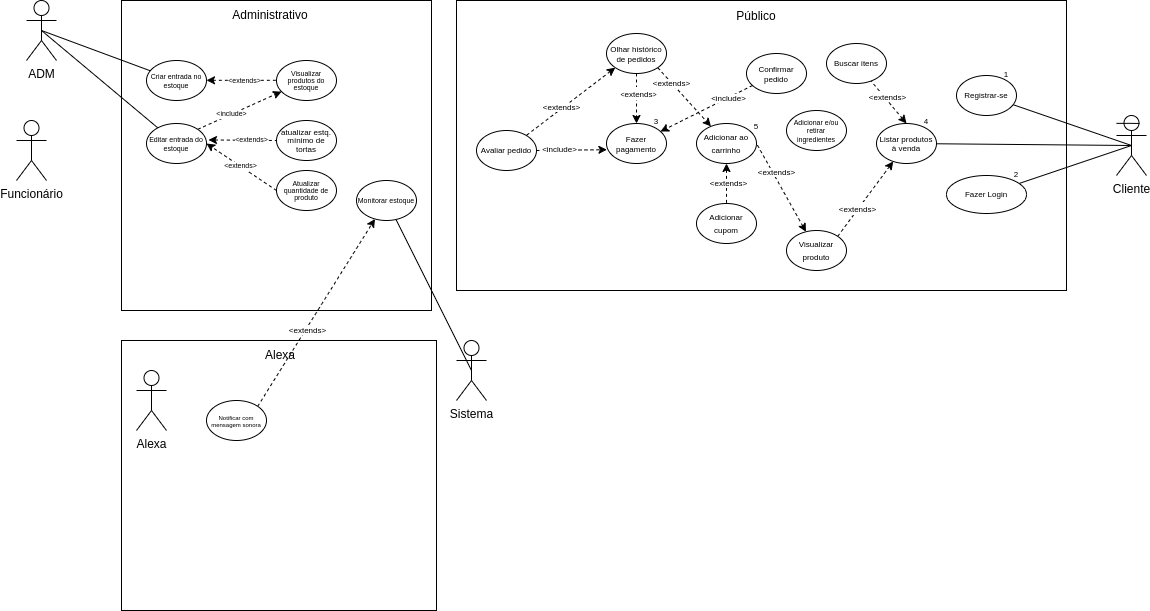
The draw.io diagram UC_d.drawio.png in FreelyTian/docs, before a commit. Source tidied: cells renumbered, new cells last; positions are measured from the earlier drawing's top-left corner, leaving out a move shared by most shapes.
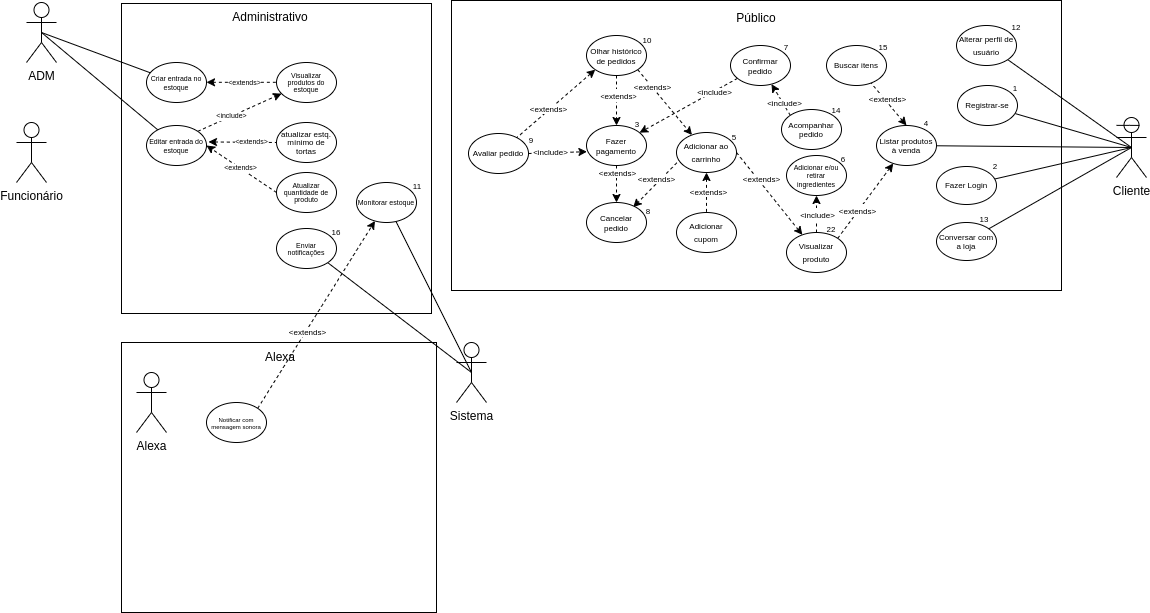
Later version of the same file.

Commit message:
quase terminando de enumerar

Change to the diagram source:
```diff
@@ -3,10 +3,10 @@
     <mxCell id="0" />
     <mxCell id="1" parent="0" />
     <mxCell id="2" style="rounded=0;whiteSpace=wrap;html=1;" parent="1" vertex="1">
-      <mxGeometry x="440" width="610" height="290" as="geometry" />
+      <mxGeometry x="435" y="-2" width="610" height="290" as="geometry" />
     </mxCell>
     <mxCell id="3" style="rounded=0;whiteSpace=wrap;html=1;" parent="1" vertex="1">
-      <mxGeometry x="105" width="310" height="310" as="geometry" />
+      <mxGeometry x="105" y="1" width="310" height="310" as="geometry" />
     </mxCell>
     <mxCell id="4" style="edgeStyle=none;rounded=0;jettySize=auto;html=1;exitX=0.5;exitY=0.5;exitDx=0;exitDy=0;exitPerimeter=0;fontSize=9;endArrow=none;endFill=0;" parent="1" edge="1" source="6" target="17">
       <mxGeometry relative="1" as="geometry" />
@@ -29,6 +29,12 @@
     <mxCell id="10" style="edgeStyle=none;rounded=0;jettySize=auto;html=1;exitX=0.5;exitY=0.5;exitDx=0;exitDy=0;exitPerimeter=0;endArrow=none;endFill=0;" parent="1" edge="1" source="11" target="52">
       <mxGeometry relative="1" as="geometry" />
     </mxCell>
+    <mxCell id="71" style="edgeStyle=none;rounded=0;jettySize=auto;html=1;exitX=0.5;exitY=0.5;exitDx=0;exitDy=0;exitPerimeter=0;entryX=1;entryY=1;entryDx=0;entryDy=0;fontSize=8;endArrow=none;endFill=0;" parent="1" edge="1" source="11" target="88">
+      <mxGeometry relative="1" as="geometry" />
+    </mxCell>
+    <mxCell id="72" style="edgeStyle=none;rounded=0;jettySize=auto;html=1;exitX=0.5;exitY=0.5;exitDx=0;exitDy=0;exitPerimeter=0;fontSize=8;endArrow=none;endFill=0;" parent="1" edge="1" source="11" target="91">
+      <mxGeometry relative="1" as="geometry" />
+    </mxCell>
     <mxCell id="11" value="Cliente&lt;br&gt;" style="shape=umlActor;verticalLabelPosition=bottom;verticalAlign=top;html=1;outlineConnect=0;" parent="1" vertex="1">
       <mxGeometry x="1100" y="115" width="30" height="60" as="geometry" />
     </mxCell>
@@ -87,14 +93,22 @@
     </mxCell>
     <mxCell id="26" value="&amp;lt;include&amp;gt;" style="edgeLabel;html=1;align=center;verticalAlign=middle;fontSize=8;" parent="25" vertex="1">
       <mxGeometry x="-0.16" y="-1" relative="1" as="geometry">
-        <mxPoint x="14" y="-6" as="offset" />
+        <mxPoint x="18" y="-8" as="offset" />
       </mxGeometry>
     </mxCell>
     <mxCell id="27" value="&lt;p style=&quot;line-height: 75%;&quot;&gt;&lt;font style=&quot;font-size: 8px;&quot;&gt;Confirmar pedido&lt;/font&gt;&lt;/p&gt;" style="ellipse;whiteSpace=wrap;html=1;" parent="1" vertex="1">
-      <mxGeometry x="730" y="53" width="60" height="40" as="geometry" />
+      <mxGeometry x="714" y="43" width="60" height="40" as="geometry" />
     </mxCell>
+    <mxCell id="73" style="edgeStyle=none;rounded=0;jettySize=auto;html=1;exitX=0.5;exitY=1;exitDx=0;exitDy=0;entryX=0.5;entryY=0;entryDx=0;entryDy=0;dashed=1;fontSize=8;" parent="1" edge="1" source="28" target="83">
+      <mxGeometry relative="1" as="geometry" />
+    </mxCell>
+    <mxCell id="74" value="&amp;lt;extends&amp;gt;" style="edgeLabel;html=1;align=center;verticalAlign=middle;fontSize=8;" parent="73" vertex="1">
+      <mxGeometry x="-0.35" relative="1" as="geometry">
+        <mxPoint y="-5" as="offset" />
+      </mxGeometry>
+    </mxCell>
     <mxCell id="28" value="&lt;p style=&quot;line-height: 75%;&quot;&gt;&lt;span style=&quot;font-size: 8px;&quot;&gt;Fazer pagamento&lt;/span&gt;&lt;/p&gt;" style="ellipse;whiteSpace=wrap;html=1;align=center;verticalAlign=middle;" parent="1" vertex="1">
-      <mxGeometry x="590" y="123" width="60" height="40" as="geometry" />
+      <mxGeometry x="570" y="123" width="60" height="40" as="geometry" />
     </mxCell>
     <mxCell id="29" style="endArrow=none;html=1;rounded=0;fontSize=8;" parent="1" edge="1">
       <mxGeometry relative="1" as="geometry">
@@ -113,8 +127,18 @@
         <mxPoint y="10" as="offset" />
       </mxGeometry>
     </mxCell>
+    <mxCell id="75" style="rounded=0;jettySize=auto;html=1;entryX=0.779;entryY=0.117;entryDx=0;entryDy=0;dashed=1;fontSize=8;exitX=0.075;exitY=0.777;exitDx=0;exitDy=0;exitPerimeter=0;entryPerimeter=0;" parent="1" edge="1" target="83">
+      <mxGeometry relative="1" as="geometry">
+        <mxPoint x="664.5" y="156.1" as="sourcePoint" />
+      </mxGeometry>
+    </mxCell>
+    <mxCell id="76" value="&amp;lt;extends&amp;gt;" style="edgeLabel;html=1;align=center;verticalAlign=middle;fontSize=8;" parent="75" vertex="1">
+      <mxGeometry x="0.18" relative="1" as="geometry">
+        <mxPoint x="3" y="-8" as="offset" />
+      </mxGeometry>
+    </mxCell>
     <mxCell id="32" value="&lt;p style=&quot;line-height: 90%;&quot;&gt;&lt;span style=&quot;font-size: 8px;&quot;&gt;Adicionar ao carrinho&lt;/span&gt;&lt;/p&gt;" style="ellipse;whiteSpace=wrap;html=1;" parent="1" vertex="1">
-      <mxGeometry x="680" y="123" width="60" height="40" as="geometry" />
+      <mxGeometry x="660" y="130" width="60" height="40" as="geometry" />
     </mxCell>
     <mxCell id="33" value="&amp;lt;extends&amp;gt;" style="edgeStyle=none;rounded=0;jettySize=auto;html=1;exitX=1;exitY=1;exitDx=0;exitDy=0;dashed=1;fontSize=8;startArrow=none;startFill=0;endArrow=classic;endFill=1;" parent="1" edge="1" source="38" target="32">
       <mxGeometry x="-0.47" relative="1" as="geometry" />
@@ -132,7 +156,7 @@
       <mxGeometry x="0.2" y="-1" relative="1" as="geometry" />
     </mxCell>
     <mxCell id="38" value="&lt;p style=&quot;line-height: 75%;&quot;&gt;&lt;span style=&quot;font-size: 8px;&quot;&gt;Olhar histórico de pedidos&lt;/span&gt;&lt;/p&gt;" style="ellipse;whiteSpace=wrap;html=1;" parent="1" vertex="1">
-      <mxGeometry x="590" y="33" width="60" height="40" as="geometry" />
+      <mxGeometry x="570" y="33" width="60" height="40" as="geometry" />
     </mxCell>
     <mxCell id="39" value="Público" style="text;html=1;strokeColor=none;fillColor=none;align=center;verticalAlign=middle;whiteSpace=wrap;rounded=0;" parent="1" vertex="1">
       <mxGeometry x="710" y="1" width="60" height="30" as="geometry" />
@@ -160,7 +184,7 @@
       <mxGeometry x="260" y="170" width="60" height="40" as="geometry" />
     </mxCell>
     <mxCell id="46" value="&lt;p style=&quot;line-height: 90%;&quot;&gt;&lt;span style=&quot;font-size: 8px;&quot;&gt;Adicionar cupom&lt;/span&gt;&lt;/p&gt;" style="ellipse;whiteSpace=wrap;html=1;" parent="1" vertex="1">
-      <mxGeometry x="680" y="203" width="60" height="40" as="geometry" />
+      <mxGeometry x="660" y="210" width="60" height="40" as="geometry" />
     </mxCell>
     <mxCell id="47" value="&lt;p style=&quot;line-height: 90%;&quot;&gt;&lt;span style=&quot;font-size: 8px;&quot;&gt;Buscar itens&lt;/span&gt;&lt;/p&gt;" style="ellipse;whiteSpace=wrap;html=1;" parent="1" vertex="1">
       <mxGeometry x="810" y="43" width="60" height="40" as="geometry" />
@@ -170,17 +194,17 @@
     </mxCell>
     <mxCell id="49" value="&amp;lt;include&amp;gt;" style="edgeLabel;html=1;align=center;verticalAlign=middle;fontSize=8;" parent="48" vertex="1">
       <mxGeometry x="-0.38" y="-1" relative="1" as="geometry">
-        <mxPoint y="-2" as="offset" />
+        <mxPoint x="3" y="-2" as="offset" />
       </mxGeometry>
     </mxCell>
     <mxCell id="50" value="&lt;p style=&quot;line-height: 90%;&quot;&gt;&lt;span style=&quot;font-size: 8px;&quot;&gt;Avaliar pedido&lt;/span&gt;&lt;/p&gt;" style="ellipse;whiteSpace=wrap;html=1;" parent="1" vertex="1">
-      <mxGeometry x="460" y="130" width="60" height="40" as="geometry" />
+      <mxGeometry x="452" y="131" width="60" height="40" as="geometry" />
     </mxCell>
     <mxCell id="51" value="&lt;p style=&quot;line-height: 90%;&quot;&gt;&lt;span style=&quot;font-size: 8px;&quot;&gt;Registrar-se&lt;/span&gt;&lt;/p&gt;" style="ellipse;whiteSpace=wrap;html=1;" parent="1" vertex="1">
-      <mxGeometry x="940" y="75" width="60" height="40" as="geometry" />
+      <mxGeometry x="941" y="83" width="60" height="40" as="geometry" />
     </mxCell>
     <mxCell id="52" value="&lt;p style=&quot;line-height: 90%;&quot;&gt;&lt;span style=&quot;font-size: 8px;&quot;&gt;Fazer Login&lt;/span&gt;&lt;/p&gt;" style="ellipse;whiteSpace=wrap;html=1;" parent="1" vertex="1">
-      <mxGeometry x="930" y="175" width="80" height="38" as="geometry" />
+      <mxGeometry x="920" y="164" width="60" height="38" as="geometry" />
     </mxCell>
     <mxCell id="53" style="edgeStyle=none;rounded=0;jettySize=auto;html=1;exitX=1;exitY=0;exitDx=0;exitDy=0;startArrow=none;startFill=0;endArrow=classic;endFill=1;dashed=1;" parent="1" edge="1" source="55" target="24">
       <mxGeometry relative="1" as="geometry" />
@@ -190,6 +214,14 @@
         <mxPoint x="1" y="-5" as="offset" />
       </mxGeometry>
     </mxCell>
+    <mxCell id="77" style="edgeStyle=orthogonalEdgeStyle;rounded=0;jettySize=auto;html=1;exitX=0.5;exitY=0;exitDx=0;exitDy=0;entryX=0.5;entryY=1;entryDx=0;entryDy=0;dashed=1;" parent="1" edge="1" source="55" target="70">
+      <mxGeometry relative="1" as="geometry" />
+    </mxCell>
+    <mxCell id="78" value="&lt;font style=&quot;font-size: 8px;&quot;&gt;&amp;lt;include&amp;gt;&lt;/font&gt;" style="edgeLabel;html=1;align=center;verticalAlign=middle;" parent="77" vertex="1">
+      <mxGeometry x="0.19" relative="1" as="geometry">
+        <mxPoint y="3" as="offset" />
+      </mxGeometry>
+    </mxCell>
     <mxCell id="55" value="&lt;p style=&quot;line-height: 90%;&quot;&gt;&lt;span style=&quot;font-size: 8px;&quot;&gt;Visualizar produto&lt;/span&gt;&lt;/p&gt;" style="ellipse;whiteSpace=wrap;html=1;" parent="1" vertex="1">
       <mxGeometry x="770" y="230" width="60" height="40" as="geometry" />
     </mxCell>
@@ -214,6 +246,9 @@
     <mxCell id="62" style="edgeStyle=none;rounded=0;jettySize=auto;html=1;exitX=0.5;exitY=0.5;exitDx=0;exitDy=0;exitPerimeter=0;fontSize=6;startArrow=none;startFill=0;endArrow=none;endFill=0;" parent="1" edge="1" source="63" target="64">
       <mxGeometry relative="1" as="geometry" />
     </mxCell>
+    <mxCell id="79" style="edgeStyle=none;rounded=0;jettySize=auto;html=1;exitX=0.5;exitY=0.5;exitDx=0;exitDy=0;exitPerimeter=0;entryX=1;entryY=1;entryDx=0;entryDy=0;fontSize=8;endArrow=none;endFill=0;" parent="1" edge="1" source="63" target="97">
+      <mxGeometry relative="1" as="geometry" />
+    </mxCell>
     <mxCell id="63" value="Sistema" style="shape=umlActor;verticalLabelPosition=bottom;verticalAlign=top;html=1;outlineConnect=0;" parent="1" vertex="1">
       <mxGeometry x="440" y="340" width="30" height="60" as="geometry" />
     </mxCell>
@@ -221,22 +256,81 @@
       <mxGeometry x="340" y="180" width="60" height="40" as="geometry" />
     </mxCell>
     <mxCell id="65" value="&lt;font style=&quot;font-size: 8px;&quot;&gt;1&lt;/font&gt;" style="text;html=1;strokeColor=none;fillColor=none;align=center;verticalAlign=middle;whiteSpace=wrap;rounded=0;" parent="1" vertex="1">
-      <mxGeometry x="980" y="63" width="20" height="20" as="geometry" />
+      <mxGeometry x="989" y="75" width="20" height="20" as="geometry" />
     </mxCell>
     <mxCell id="66" value="&lt;font style=&quot;font-size: 8px;&quot;&gt;2&lt;/font&gt;" style="text;html=1;strokeColor=none;fillColor=none;align=center;verticalAlign=middle;whiteSpace=wrap;rounded=0;" parent="1" vertex="1">
-      <mxGeometry x="990" y="163" width="20" height="20" as="geometry" />
+      <mxGeometry x="969" y="153" width="20" height="20" as="geometry" />
     </mxCell>
     <mxCell id="67" value="&lt;font style=&quot;font-size: 8px;&quot;&gt;4&lt;/font&gt;" style="text;html=1;strokeColor=none;fillColor=none;align=center;verticalAlign=middle;whiteSpace=wrap;rounded=0;" parent="1" vertex="1">
       <mxGeometry x="900" y="110" width="20" height="20" as="geometry" />
     </mxCell>
     <mxCell id="68" value="&lt;font style=&quot;font-size: 8px;&quot;&gt;3&lt;/font&gt;" style="text;html=1;strokeColor=none;fillColor=none;align=center;verticalAlign=middle;whiteSpace=wrap;rounded=0;" parent="1" vertex="1">
-      <mxGeometry x="630" y="110" width="20" height="20" as="geometry" />
+      <mxGeometry x="611" y="111" width="20" height="20" as="geometry" />
     </mxCell>
     <mxCell id="69" value="&lt;font style=&quot;font-size: 8px;&quot;&gt;5&lt;/font&gt;" style="text;html=1;strokeColor=none;fillColor=none;align=center;verticalAlign=middle;whiteSpace=wrap;rounded=0;" parent="1" vertex="1">
-      <mxGeometry x="730" y="115" width="20" height="20" as="geometry" />
+      <mxGeometry x="708" y="124" width="20" height="20" as="geometry" />
     </mxCell>
     <mxCell id="70" value="&lt;p style=&quot;line-height: 59%;&quot;&gt;&lt;font style=&quot;font-size: 7px;&quot;&gt;Adicionar e/ou retirar ingredientes&lt;/font&gt;&lt;/p&gt;" style="ellipse;whiteSpace=wrap;html=1;" parent="1" vertex="1">
-      <mxGeometry x="770" y="110" width="60" height="40" as="geometry" />
+      <mxGeometry x="770" y="153" width="60" height="40" as="geometry" />
     </mxCell>
+    <mxCell id="80" value="&lt;font style=&quot;font-size: 8px;&quot;&gt;6&lt;br&gt;&lt;/font&gt;" style="text;html=1;strokeColor=none;fillColor=none;align=center;verticalAlign=middle;whiteSpace=wrap;rounded=0;" parent="1" vertex="1">
+      <mxGeometry x="817" y="146" width="20" height="20" as="geometry" />
+    </mxCell>
+    <mxCell id="81" value="&lt;font style=&quot;font-size: 8px;&quot;&gt;7&lt;br&gt;&lt;/font&gt;" style="text;html=1;strokeColor=none;fillColor=none;align=center;verticalAlign=middle;whiteSpace=wrap;rounded=0;" parent="1" vertex="1">
+      <mxGeometry x="760" y="34" width="20" height="20" as="geometry" />
+    </mxCell>
+    <mxCell id="82" value="&lt;font style=&quot;font-size: 8px;&quot;&gt;15&lt;br&gt;&lt;/font&gt;" style="text;html=1;strokeColor=none;fillColor=none;align=center;verticalAlign=middle;whiteSpace=wrap;rounded=0;" parent="1" vertex="1">
+      <mxGeometry x="857" y="34" width="20" height="20" as="geometry" />
+    </mxCell>
+    <mxCell id="83" value="&lt;p style=&quot;line-height: 75%;&quot;&gt;&lt;font style=&quot;font-size: 8px;&quot;&gt;Cancelar pedido&lt;/font&gt;&lt;/p&gt;" style="ellipse;whiteSpace=wrap;html=1;" parent="1" vertex="1">
+      <mxGeometry x="570" y="200" width="60" height="40" as="geometry" />
+    </mxCell>
+    <mxCell id="84" value="&lt;font style=&quot;font-size: 8px;&quot;&gt;8&lt;/font&gt;" style="text;html=1;strokeColor=none;fillColor=none;align=center;verticalAlign=middle;whiteSpace=wrap;rounded=0;" parent="1" vertex="1">
+      <mxGeometry x="622" y="198" width="20" height="20" as="geometry" />
+    </mxCell>
+    <mxCell id="85" value="&lt;font style=&quot;font-size: 8px;&quot;&gt;9&lt;/font&gt;" style="text;html=1;strokeColor=none;fillColor=none;align=center;verticalAlign=middle;whiteSpace=wrap;rounded=0;" parent="1" vertex="1">
+      <mxGeometry x="505" y="127" width="20" height="20" as="geometry" />
+    </mxCell>
+    <mxCell id="86" value="&lt;font style=&quot;font-size: 8px;&quot;&gt;10&lt;/font&gt;" style="text;html=1;strokeColor=none;fillColor=none;align=center;verticalAlign=middle;whiteSpace=wrap;rounded=0;" parent="1" vertex="1">
+      <mxGeometry x="621" y="27" width="20" height="20" as="geometry" />
+    </mxCell>
+    <mxCell id="87" value="&lt;font style=&quot;font-size: 8px;&quot;&gt;11&lt;/font&gt;" style="text;html=1;strokeColor=none;fillColor=none;align=center;verticalAlign=middle;whiteSpace=wrap;rounded=0;" parent="1" vertex="1">
+      <mxGeometry x="391" y="173" width="20" height="20" as="geometry" />
+    </mxCell>
+    <mxCell id="88" value="&lt;p style=&quot;line-height: 90%;&quot;&gt;&lt;span style=&quot;font-size: 8px;&quot;&gt;Alterar perfil de usuário&lt;/span&gt;&lt;/p&gt;" style="ellipse;whiteSpace=wrap;html=1;" parent="1" vertex="1">
+      <mxGeometry x="940" y="23" width="60" height="40" as="geometry" />
+    </mxCell>
+    <mxCell id="89" value="&lt;font style=&quot;font-size: 8px;&quot;&gt;12&lt;/font&gt;" style="text;html=1;strokeColor=none;fillColor=none;align=center;verticalAlign=middle;whiteSpace=wrap;rounded=0;" parent="1" vertex="1">
+      <mxGeometry x="990" y="14" width="20" height="20" as="geometry" />
+    </mxCell>
+    <mxCell id="90" value="&lt;font style=&quot;font-size: 8px;&quot;&gt;22&lt;br&gt;&lt;/font&gt;" style="text;html=1;strokeColor=none;fillColor=none;align=center;verticalAlign=middle;whiteSpace=wrap;rounded=0;" parent="1" vertex="1">
+      <mxGeometry x="805" y="216" width="20" height="20" as="geometry" />
+    </mxCell>
+    <mxCell id="91" value="&lt;p style=&quot;line-height: 65%;&quot;&gt;&lt;span style=&quot;font-size: 8px;&quot;&gt;Conversar com a loja&lt;/span&gt;&lt;/p&gt;" style="ellipse;whiteSpace=wrap;html=1;" parent="1" vertex="1">
+      <mxGeometry x="920" y="220" width="60" height="38" as="geometry" />
+    </mxCell>
+    <mxCell id="92" value="&lt;font style=&quot;font-size: 8px;&quot;&gt;13&lt;/font&gt;" style="text;html=1;strokeColor=none;fillColor=none;align=center;verticalAlign=middle;whiteSpace=wrap;rounded=0;" parent="1" vertex="1">
+      <mxGeometry x="958" y="206" width="20" height="20" as="geometry" />
+    </mxCell>
+    <mxCell id="93" style="edgeStyle=none;rounded=0;jettySize=auto;html=1;exitX=0;exitY=0;exitDx=0;exitDy=0;fontSize=8;endArrow=classic;endFill=1;dashed=1;" parent="1" edge="1" source="95" target="27">
+      <mxGeometry relative="1" as="geometry" />
+    </mxCell>
+    <mxCell id="94" value="&amp;lt;include&amp;gt;" style="edgeLabel;html=1;align=center;verticalAlign=middle;fontSize=8;" parent="93" vertex="1">
+      <mxGeometry x="0.2" y="1" relative="1" as="geometry">
+        <mxPoint x="6" y="6" as="offset" />
+      </mxGeometry>
+    </mxCell>
+    <mxCell id="95" value="&lt;p style=&quot;line-height: 65%;&quot;&gt;&lt;span style=&quot;font-size: 8px;&quot;&gt;Acompanhar pedido&lt;/span&gt;&lt;/p&gt;" style="ellipse;whiteSpace=wrap;html=1;" parent="1" vertex="1">
+      <mxGeometry x="765" y="107" width="60" height="40" as="geometry" />
+    </mxCell>
+    <mxCell id="96" value="&lt;font style=&quot;font-size: 8px;&quot;&gt;14&lt;br&gt;&lt;/font&gt;" style="text;html=1;strokeColor=none;fillColor=none;align=center;verticalAlign=middle;whiteSpace=wrap;rounded=0;" parent="1" vertex="1">
+      <mxGeometry x="810" y="97" width="20" height="20" as="geometry" />
+    </mxCell>
+    <mxCell id="97" value="&lt;p style=&quot;line-height: 40%;&quot;&gt;&lt;font style=&quot;font-size: 7px;&quot;&gt;Enviar notificações&lt;/font&gt;&lt;/p&gt;" style="ellipse;whiteSpace=wrap;html=1;" parent="1" vertex="1">
+      <mxGeometry x="260" y="226" width="60" height="40" as="geometry" />
+    </mxCell>
+    <mxCell id="98" value="&lt;font style=&quot;font-size: 8px;&quot;&gt;16&lt;/font&gt;" style="text;html=1;strokeColor=none;fillColor=none;align=center;verticalAlign=middle;whiteSpace=wrap;rounded=0;" parent="1" vertex="1">
+      <mxGeometry x="310" y="219" width="20" height="20" as="geometry" />
+    </mxCell>
   </root>
 </mxGraphModel>
```
